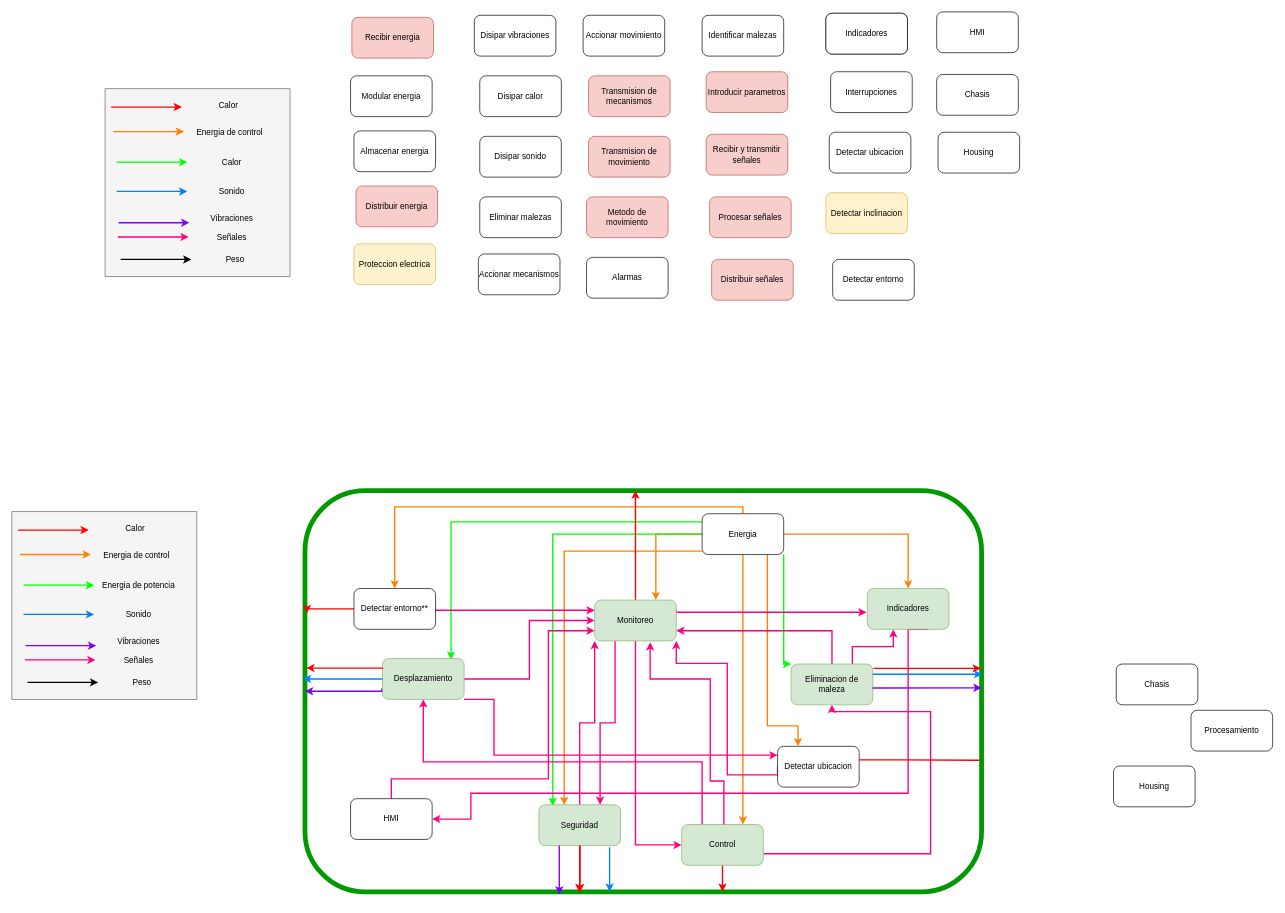
The draw.io diagram page "Análisis de Interacciones" (2 of 3) of Diseño.drawio in Dartherick/DSM, before the edit. Source tidied: cells renumbered, new cells numbered last; positions are measured from the earlier drawing's top-left corner, leaving out a move shared by most shapes. Both pictures are drawn from the tidied source at 68%, with x=0, y=0 at pixel (12, 12).
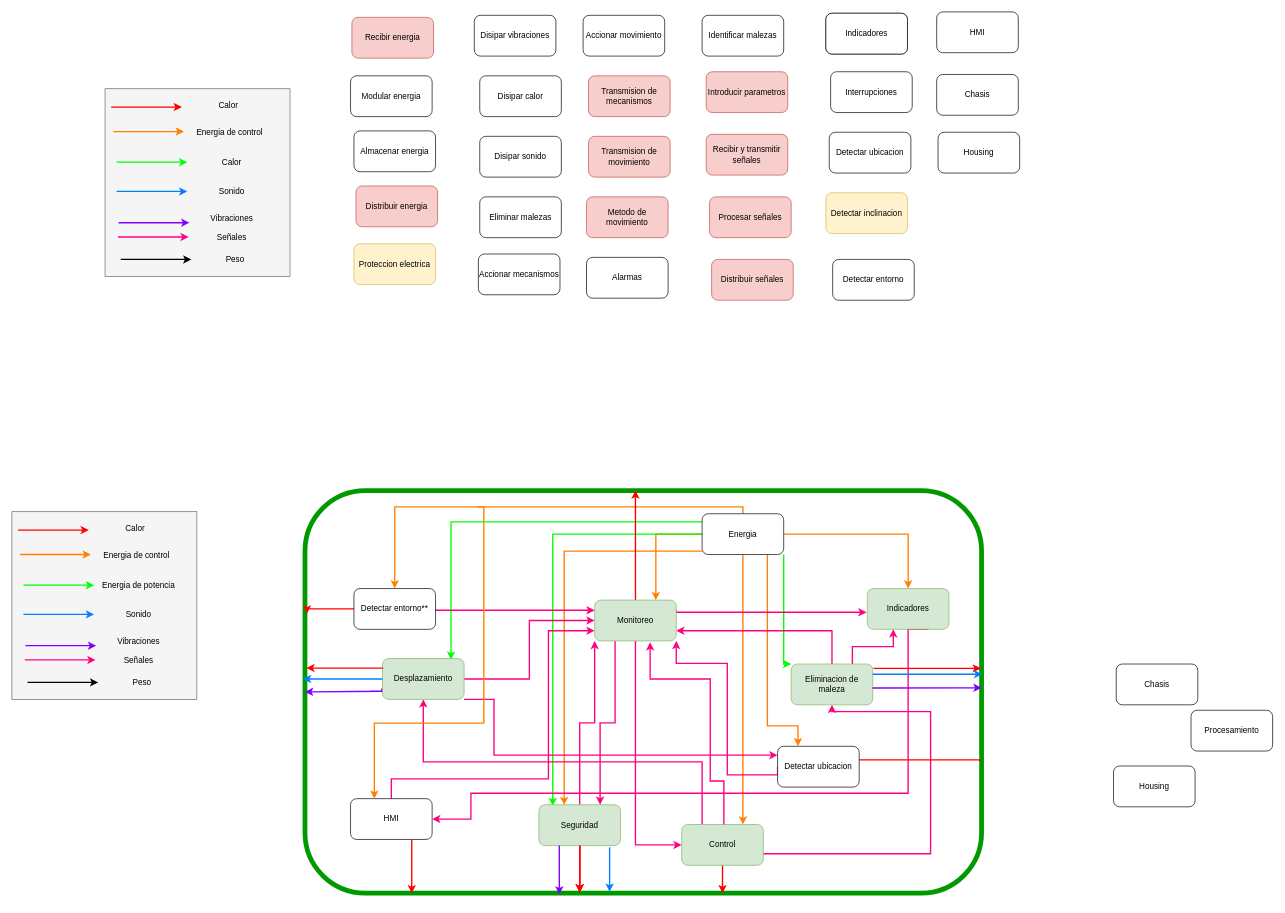
After the change.

The change refers to these unchanged cells:
```xml
<mxCell id="73" value="HMI" style="rounded=1;whiteSpace=wrap;html=1;" parent="1" vertex="1">
  <mxGeometry x="498" y="1157" width="120" height="60" as="geometry" />
</mxCell>
```

Change to the diagram source:
```diff
@@
     <mxCell id="2" style="rounded=1;whiteSpace=wrap;html=1;strokeWidth=7;strokeColor=#009900;" parent="1" vertex="1">
-      <mxGeometry x="431" y="704" width="995" height="590" as="geometry" />
+      <mxGeometry x="431" y="704" width="995" height="592" as="geometry" />
     </mxCell>
@@
+    <mxCell id="114" style="edgeStyle=orthogonalEdgeStyle;rounded=0;orthogonalLoop=1;jettySize=auto;html=1;strokeColor=#FF8000;strokeWidth=2;" parent="1" edge="1">
+      <mxGeometry relative="1" as="geometry">
+        <mxPoint x="684" y="728" as="sourcePoint" />
+        <mxPoint x="533" y="1157" as="targetPoint" />
+        <Array as="points">
+          <mxPoint x="694" y="728" />
+          <mxPoint x="694" y="1046" />
+          <mxPoint x="533" y="1046" />
+          <mxPoint x="533" y="1157" />
+        </Array>
+      </mxGeometry>
+    </mxCell>
+    <mxCell id="115" style="edgeStyle=orthogonalEdgeStyle;rounded=0;jettySize=auto;html=1;fontSize=11;exitX=0.75;exitY=1;exitDx=0;exitDy=0;strokeColor=#FF0000;strokeWidth=2;" parent="1" edge="1" source="73" target="2">
+      <mxGeometry relative="1" as="geometry">
+        <Array as="points">
+          <mxPoint x="623" y="1271" />
+          <mxPoint x="623" y="1271" />
+        </Array>
+      </mxGeometry>
+    </mxCell>
```
